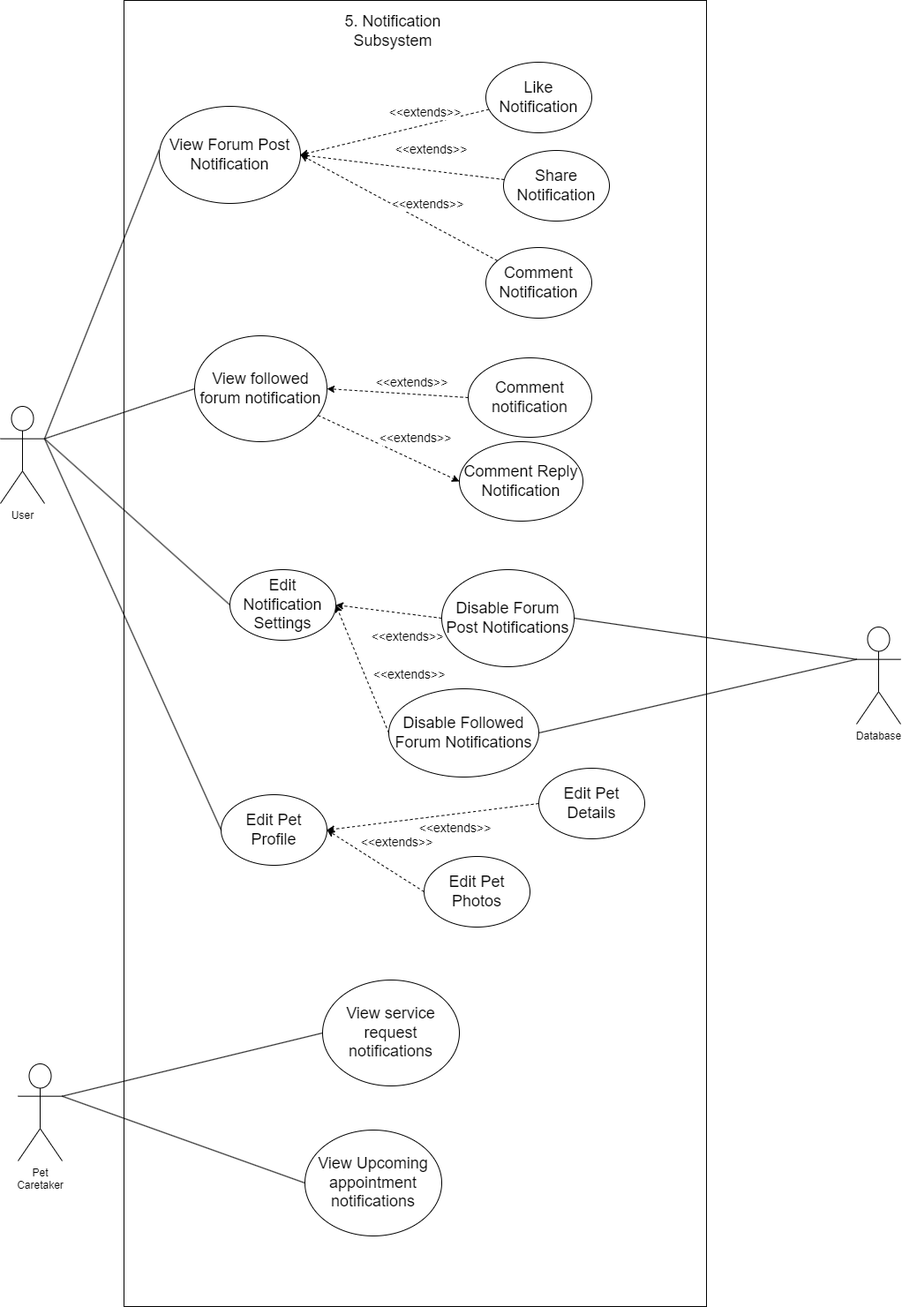
Above: docs/doc_images/Notifications.png in COS301-SE-2024/TailWaggr (draw.io), before the change. Source tidied: cells renumbered, new cells last; positions are measured from the earlier drawing's top-left corner, leaving out a move shared by most shapes.
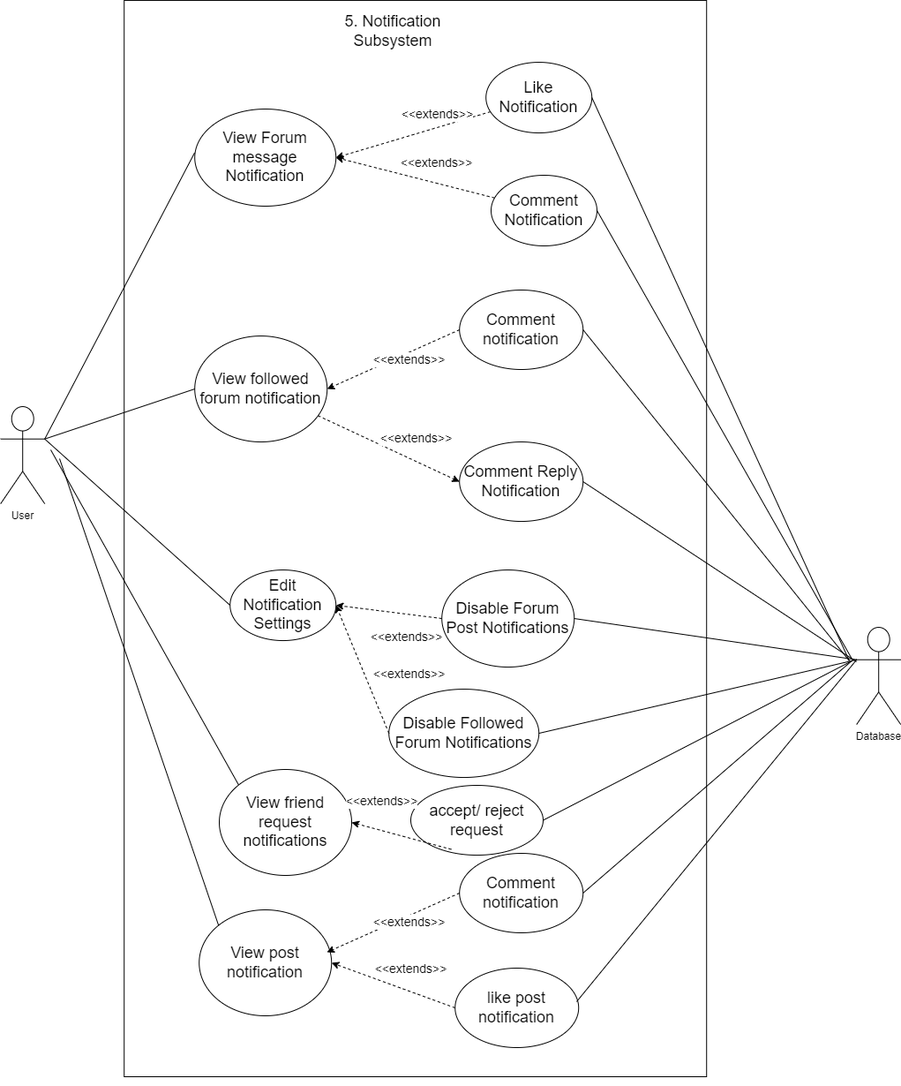
The same file after the commit.

What changed in the source:
```diff
@@ -2,32 +2,29 @@
   <root>
     <mxCell id="0" />
     <mxCell id="1" parent="0" />
-    <mxCell id="2" style="rounded=0;whiteSpace=wrap;html=1;" parent="1" vertex="1">
-      <mxGeometry x="140" width="660" height="1480" as="geometry" />
-    </mxCell>
-    <mxCell id="3" style="edgeStyle=none;html=1;fontSize=12;endArrow=none;endFill=0;entryX=-0.001;entryY=0.45;entryDx=0;entryDy=0;entryPerimeter=0;exitX=1;exitY=0.3333333333333333;exitDx=0;exitDy=0;exitPerimeter=0;" parent="1" edge="1" source="4" target="6">
-      <mxGeometry relative="1" as="geometry" />
-    </mxCell>
+    <mxCell id="48" style="rounded=0;whiteSpace=wrap;html=1;" parent="1" vertex="1">
+      <mxGeometry x="140" width="660" height="1219" as="geometry" />
+    </mxCell>
+    <mxCell id="49" style="edgeStyle=none;html=1;fontSize=12;endArrow=none;endFill=0;entryX=-0.001;entryY=0.45;entryDx=0;entryDy=0;entryPerimeter=0;exitX=1;exitY=0.3333333333333333;exitDx=0;exitDy=0;exitPerimeter=0;" parent="1" edge="1" source="4" target="50">
+      <mxGeometry relative="1" as="geometry" />
+    </mxCell>
     <mxCell id="4" value="User" style="shape=umlActor;verticalLabelPosition=bottom;verticalAlign=top;html=1;outlineConnect=0;" parent="1" vertex="1">
       <mxGeometry y="460" width="50" height="110" as="geometry" />
     </mxCell>
     <mxCell id="5" value="5. Notification Subsystem" style="text;html=1;strokeColor=none;fillColor=none;align=center;verticalAlign=middle;whiteSpace=wrap;rounded=0;fontSize=18;" parent="1" vertex="1">
       <mxGeometry x="350" y="20" width="190" height="30" as="geometry" />
     </mxCell>
-    <mxCell id="6" value="View Forum Post Notification" style="ellipse;whiteSpace=wrap;html=1;fontSize=18;" parent="1" vertex="1">
-      <mxGeometry x="180" y="120" width="160" height="110" as="geometry" />
-    </mxCell>
-    <mxCell id="7" value="Edit Pet Profile" style="ellipse;whiteSpace=wrap;html=1;fontSize=18;" parent="1" vertex="1">
-      <mxGeometry x="250" y="900" width="120" height="80" as="geometry" />
-    </mxCell>
+    <mxCell id="50" value="View Forum message Notification" style="ellipse;whiteSpace=wrap;html=1;fontSize=18;" parent="1" vertex="1">
+      <mxGeometry x="220" y="123" width="160" height="110" as="geometry" />
+    </mxCell>
     <mxCell id="8" style="edgeStyle=none;html=1;entryX=0;entryY=0.5;entryDx=0;entryDy=0;fontSize=14;dashed=1;" parent="1" edge="1" source="10" target="21">
       <mxGeometry relative="1" as="geometry" />
     </mxCell>
-    <mxCell id="9" value="&amp;lt;&amp;lt;extends&amp;gt;&amp;gt;" style="edgeLabel;html=1;align=center;verticalAlign=middle;fontSize=14;" parent="8" vertex="1">
-      <mxGeometry x="0.31" relative="1" as="geometry">
-        <mxPoint x="5" y="-24" as="offset" />
-      </mxGeometry>
-    </mxCell>
+    <mxCell id="51" value="&amp;lt;&amp;lt;extends&amp;gt;&amp;gt;" style="edgeLabel;html=1;align=center;verticalAlign=middle;fontSize=14;" parent="8" vertex="1">
+      <mxGeometry x="0.31" relative="1" as="geometry">
+        <mxPoint x="5" y="-24" as="offset" />
+      </mxGeometry>
+    </mxCell>
     <mxCell id="10" value="View followed forum notification" style="ellipse;whiteSpace=wrap;html=1;fontSize=18;" parent="1" vertex="1">
       <mxGeometry x="220" y="380" width="150" height="120" as="geometry" />
     </mxCell>
@@ -40,76 +37,31 @@
     <mxCell id="13" style="edgeStyle=none;html=1;fontSize=12;endArrow=none;endFill=0;entryX=0;entryY=0.5;entryDx=0;entryDy=0;exitX=1;exitY=0.3333333333333333;exitDx=0;exitDy=0;exitPerimeter=0;" parent="1" edge="1" source="4" target="12">
       <mxGeometry relative="1" as="geometry" />
     </mxCell>
-    <mxCell id="14" value="Pet&lt;br&gt;Caretaker" style="shape=umlActor;verticalLabelPosition=bottom;verticalAlign=top;html=1;outlineConnect=0;" parent="1" vertex="1">
-      <mxGeometry x="20" y="1205" width="50" height="110" as="geometry" />
-    </mxCell>
-    <mxCell id="15" value="View service request notifications" style="ellipse;whiteSpace=wrap;html=1;fontSize=18;" parent="1" vertex="1">
-      <mxGeometry x="365" y="1110" width="155" height="120" as="geometry" />
-    </mxCell>
-    <mxCell id="16" style="edgeStyle=none;html=1;fontSize=12;endArrow=none;endFill=0;entryX=0;entryY=0.5;entryDx=0;entryDy=0;exitX=1;exitY=0.3333333333333333;exitDx=0;exitDy=0;exitPerimeter=0;" parent="1" edge="1" source="14" target="15">
-      <mxGeometry relative="1" as="geometry" />
-    </mxCell>
-    <mxCell id="17" style="edgeStyle=none;html=1;fontSize=12;endArrow=none;endFill=0;entryX=0;entryY=0.5;entryDx=0;entryDy=0;exitX=1;exitY=0.3333333333333333;exitDx=0;exitDy=0;exitPerimeter=0;" parent="1" edge="1" source="4" target="7">
-      <mxGeometry relative="1" as="geometry" />
-    </mxCell>
-    <mxCell id="18" style="edgeStyle=none;html=1;dashed=1;entryX=1;entryY=0.5;entryDx=0;entryDy=0;" parent="1" edge="1" source="20" target="6">
-      <mxGeometry relative="1" as="geometry" />
-    </mxCell>
-    <mxCell id="19" value="&lt;font style=&quot;font-size: 14px;&quot;&gt;&amp;lt;&amp;lt;extends&amp;gt;&amp;gt;&lt;/font&gt;" style="edgeLabel;html=1;align=center;verticalAlign=middle;" parent="18" vertex="1">
-      <mxGeometry x="-0.32" y="-4" relative="1" as="geometry">
-        <mxPoint y="-11" as="offset" />
-      </mxGeometry>
-    </mxCell>
+    <mxCell id="52" style="edgeStyle=none;html=1;dashed=1;entryX=1;entryY=0.5;entryDx=0;entryDy=0;" parent="1" edge="1" source="20" target="50">
+      <mxGeometry relative="1" as="geometry" />
+    </mxCell>
+    <mxCell id="53" value="&lt;font style=&quot;font-size: 14px;&quot;&gt;&amp;lt;&amp;lt;extends&amp;gt;&amp;gt;&lt;/font&gt;" style="edgeLabel;html=1;align=center;verticalAlign=middle;" parent="52" vertex="1">
+      <mxGeometry x="-0.32" y="-4" relative="1" as="geometry">
+        <mxPoint y="-11" as="offset" />
+      </mxGeometry>
+    </mxCell>
     <mxCell id="20" value="Like Notification" style="ellipse;whiteSpace=wrap;html=1;fontSize=18;" parent="1" vertex="1">
       <mxGeometry x="550" y="70" width="120" height="80" as="geometry" />
     </mxCell>
     <mxCell id="21" value="Comment Reply Notification" style="ellipse;whiteSpace=wrap;html=1;fontSize=18;" parent="1" vertex="1">
       <mxGeometry x="520" y="500" width="140" height="90" as="geometry" />
     </mxCell>
-    <mxCell id="22" value="Comment notification" style="ellipse;whiteSpace=wrap;html=1;fontSize=18;" parent="1" vertex="1">
-      <mxGeometry x="530" y="405" width="140" height="90" as="geometry" />
-    </mxCell>
-    <mxCell id="23" style="edgeStyle=none;html=1;entryX=1;entryY=0.5;entryDx=0;entryDy=0;fontSize=14;exitX=0;exitY=0.5;exitDx=0;exitDy=0;dashed=1;" parent="1" edge="1" source="22" target="10">
-      <mxGeometry relative="1" as="geometry" />
-    </mxCell>
-    <mxCell id="24" value="&amp;lt;&amp;lt;extends&amp;gt;&amp;gt;" style="edgeLabel;html=1;align=center;verticalAlign=middle;fontSize=14;" parent="23" vertex="1">
-      <mxGeometry x="0.31" relative="1" as="geometry">
-        <mxPoint x="41" y="-11" as="offset" />
-      </mxGeometry>
-    </mxCell>
-    <mxCell id="25" value="Edit Pet Details" style="ellipse;whiteSpace=wrap;html=1;fontSize=18;" parent="1" vertex="1">
-      <mxGeometry x="610" y="870" width="120" height="80" as="geometry" />
-    </mxCell>
-    <mxCell id="26" value="Edit Pet Photos" style="ellipse;whiteSpace=wrap;html=1;fontSize=18;" parent="1" vertex="1">
-      <mxGeometry x="480" y="970" width="120" height="80" as="geometry" />
-    </mxCell>
-    <mxCell id="27" style="edgeStyle=none;html=1;entryX=1;entryY=0.5;entryDx=0;entryDy=0;fontSize=14;exitX=0;exitY=0.5;exitDx=0;exitDy=0;dashed=1;" parent="1" edge="1" source="26" target="7">
-      <mxGeometry relative="1" as="geometry" />
-    </mxCell>
-    <mxCell id="28" value="&amp;lt;&amp;lt;extends&amp;gt;&amp;gt;" style="edgeLabel;html=1;align=center;verticalAlign=middle;fontSize=14;" parent="27" vertex="1">
-      <mxGeometry x="0.31" relative="1" as="geometry">
-        <mxPoint x="41" y="-11" as="offset" />
-      </mxGeometry>
-    </mxCell>
-    <mxCell id="29" style="edgeStyle=none;html=1;entryX=1;entryY=0.5;entryDx=0;entryDy=0;fontSize=14;exitX=0;exitY=0.5;exitDx=0;exitDy=0;dashed=1;" parent="1" edge="1" source="25" target="7">
-      <mxGeometry relative="1" as="geometry" />
-    </mxCell>
-    <mxCell id="30" value="&amp;lt;&amp;lt;extends&amp;gt;&amp;gt;" style="edgeLabel;html=1;align=center;verticalAlign=middle;fontSize=14;" parent="29" vertex="1">
-      <mxGeometry x="0.31" relative="1" as="geometry">
-        <mxPoint x="62" y="8" as="offset" />
-      </mxGeometry>
-    </mxCell>
-    <mxCell id="31" style="edgeStyle=none;html=1;dashed=1;entryX=1;entryY=0.5;entryDx=0;entryDy=0;" parent="1" edge="1" source="33" target="6">
-      <mxGeometry relative="1" as="geometry" />
-    </mxCell>
-    <mxCell id="32" value="&lt;font style=&quot;font-size: 14px;&quot;&gt;&amp;lt;&amp;lt;extends&amp;gt;&amp;gt;&lt;/font&gt;" style="edgeLabel;html=1;align=center;verticalAlign=middle;" parent="31" vertex="1">
-      <mxGeometry x="-0.32" y="-4" relative="1" as="geometry">
-        <mxPoint x="-6" y="-21" as="offset" />
-      </mxGeometry>
-    </mxCell>
-    <mxCell id="33" value="Share Notification" style="ellipse;whiteSpace=wrap;html=1;fontSize=18;" parent="1" vertex="1">
-      <mxGeometry x="570" y="170" width="120" height="80" as="geometry" />
-    </mxCell>
+    <mxCell id="54" value="Comment notification" style="ellipse;whiteSpace=wrap;html=1;fontSize=18;" parent="1" vertex="1">
+      <mxGeometry x="520" y="328" width="140" height="90" as="geometry" />
+    </mxCell>
+    <mxCell id="55" style="edgeStyle=none;html=1;entryX=1;entryY=0.5;entryDx=0;entryDy=0;fontSize=14;exitX=0;exitY=0.5;exitDx=0;exitDy=0;dashed=1;" parent="1" edge="1" source="54" target="10">
+      <mxGeometry relative="1" as="geometry" />
+    </mxCell>
+    <mxCell id="56" value="&amp;lt;&amp;lt;extends&amp;gt;&amp;gt;" style="edgeLabel;html=1;align=center;verticalAlign=middle;fontSize=14;" parent="55" vertex="1">
+      <mxGeometry x="0.31" relative="1" as="geometry">
+        <mxPoint x="41" y="-11" as="offset" />
+      </mxGeometry>
+    </mxCell>
     <mxCell id="34" value="Database" style="shape=umlActor;verticalLabelPosition=bottom;verticalAlign=top;html=1;outlineConnect=0;" parent="1" vertex="1">
       <mxGeometry x="970" y="710" width="50" height="110" as="geometry" />
     </mxCell>
@@ -119,44 +71,125 @@
     <mxCell id="36" style="edgeStyle=none;html=1;entryX=1;entryY=0.5;entryDx=0;entryDy=0;fontSize=14;exitX=0;exitY=0.5;exitDx=0;exitDy=0;dashed=1;" parent="1" edge="1" source="35" target="12">
       <mxGeometry relative="1" as="geometry" />
     </mxCell>
-    <mxCell id="37" value="&amp;lt;&amp;lt;extends&amp;gt;&amp;gt;" style="edgeLabel;html=1;align=center;verticalAlign=middle;fontSize=14;" parent="36" vertex="1">
-      <mxGeometry x="0.31" relative="1" as="geometry">
-        <mxPoint x="38" y="30" as="offset" />
-      </mxGeometry>
-    </mxCell>
+    <mxCell id="57" value="&amp;lt;&amp;lt;extends&amp;gt;&amp;gt;" style="edgeLabel;html=1;align=center;verticalAlign=middle;fontSize=14;" parent="36" vertex="1">
+      <mxGeometry x="0.31" relative="1" as="geometry">
+        <mxPoint x="38" y="30" as="offset" />
+      </mxGeometry>
+    </mxCell>
     <mxCell id="38" value="Disable Followed Forum Notifications" style="ellipse;whiteSpace=wrap;html=1;fontSize=18;" parent="1" vertex="1">
       <mxGeometry x="440" y="780" width="170" height="100" as="geometry" />
     </mxCell>
     <mxCell id="39" style="edgeStyle=none;html=1;fontSize=14;exitX=0;exitY=0.5;exitDx=0;exitDy=0;dashed=1;entryX=1;entryY=0.5;entryDx=0;entryDy=0;" parent="1" edge="1" source="38" target="12">
       <mxGeometry relative="1" as="geometry" />
     </mxCell>
-    <mxCell id="40" value="&amp;lt;&amp;lt;extends&amp;gt;&amp;gt;" style="edgeLabel;html=1;align=center;verticalAlign=middle;fontSize=14;" parent="39" vertex="1">
-      <mxGeometry x="0.31" relative="1" as="geometry">
-        <mxPoint x="62" y="28" as="offset" />
-      </mxGeometry>
-    </mxCell>
+    <mxCell id="58" value="&amp;lt;&amp;lt;extends&amp;gt;&amp;gt;" style="edgeLabel;html=1;align=center;verticalAlign=middle;fontSize=14;" parent="39" vertex="1">
+      <mxGeometry x="0.31" relative="1" as="geometry">
+        <mxPoint x="62" y="28" as="offset" />
+      </mxGeometry>
+    </mxCell>
     <mxCell id="41" style="edgeStyle=none;html=1;fontSize=12;endArrow=none;endFill=0;entryX=0;entryY=0.3333333333333333;entryDx=0;entryDy=0;exitX=1;exitY=0.5;exitDx=0;exitDy=0;entryPerimeter=0;" parent="1" edge="1" source="35" target="34">
       <mxGeometry relative="1" as="geometry" />
     </mxCell>
     <mxCell id="42" style="edgeStyle=none;html=1;fontSize=12;endArrow=none;endFill=0;entryX=0;entryY=0.3333333333333333;entryDx=0;entryDy=0;exitX=1;exitY=0.5;exitDx=0;exitDy=0;entryPerimeter=0;" parent="1" edge="1" source="38" target="34">
       <mxGeometry relative="1" as="geometry" />
     </mxCell>
-    <mxCell id="43" style="edgeStyle=none;html=1;dashed=1;entryX=1;entryY=0.5;entryDx=0;entryDy=0;" parent="1" edge="1" source="45" target="6">
-      <mxGeometry relative="1" as="geometry" />
-    </mxCell>
-    <mxCell id="44" value="&lt;font style=&quot;font-size: 14px;&quot;&gt;&amp;lt;&amp;lt;extends&amp;gt;&amp;gt;&lt;/font&gt;" style="edgeLabel;html=1;align=center;verticalAlign=middle;" parent="43" vertex="1">
-      <mxGeometry x="-0.32" y="-4" relative="1" as="geometry">
-        <mxPoint x="-6" y="-21" as="offset" />
-      </mxGeometry>
-    </mxCell>
+    <mxCell id="59" style="edgeStyle=none;html=1;dashed=1;entryX=1;entryY=0.5;entryDx=0;entryDy=0;" parent="1" edge="1" source="45" target="50">
+      <mxGeometry relative="1" as="geometry" />
+    </mxCell>
+    <mxCell id="60" value="&lt;font style=&quot;font-size: 14px;&quot;&gt;&amp;lt;&amp;lt;extends&amp;gt;&amp;gt;&lt;/font&gt;" style="edgeLabel;html=1;align=center;verticalAlign=middle;" parent="59" vertex="1">
+      <mxGeometry x="-0.32" y="-4" relative="1" as="geometry">
+        <mxPoint x="-6" y="-21" as="offset" />
+      </mxGeometry>
+    </mxCell>
     <mxCell id="45" value="Comment Notification" style="ellipse;whiteSpace=wrap;html=1;fontSize=18;" parent="1" vertex="1">
-      <mxGeometry x="550" y="280" width="120" height="80" as="geometry" />
+      <mxGeometry x="555.8" y="198" width="120" height="80" as="geometry" />
     </mxCell>
-    <mxCell id="46" value="View Upcoming appointment notifications" style="ellipse;whiteSpace=wrap;html=1;fontSize=18;" parent="1" vertex="1">
-      <mxGeometry x="345" y="1280" width="155" height="120" as="geometry" />
-    </mxCell>
-    <mxCell id="47" style="edgeStyle=none;html=1;fontSize=12;endArrow=none;endFill=0;entryX=0;entryY=0.5;entryDx=0;entryDy=0;exitX=1;exitY=0.3333333333333333;exitDx=0;exitDy=0;exitPerimeter=0;" parent="1" edge="1" source="14" target="46">
-      <mxGeometry relative="1" as="geometry" />
-    </mxCell>
+    <mxCell id="61" style="edgeStyle=none;curved=1;rounded=0;orthogonalLoop=1;jettySize=auto;html=1;exitX=0.5;exitY=1;exitDx=0;exitDy=0;fontSize=12;startSize=8;endSize=8;" parent="1" edge="1" source="48" target="48">
+      <mxGeometry relative="1" as="geometry" />
+    </mxCell>
+    <mxCell id="62" value="View friend request notifications" style="ellipse;whiteSpace=wrap;html=1;fontSize=18;" parent="1" vertex="1">
+      <mxGeometry x="247.8" y="871" width="150" height="120" as="geometry" />
+    </mxCell>
+    <mxCell id="63" value="View post notification" style="ellipse;whiteSpace=wrap;html=1;fontSize=18;" parent="1" vertex="1">
+      <mxGeometry x="225" y="1030" width="150" height="120" as="geometry" />
+    </mxCell>
+    <mxCell id="64" style="edgeStyle=none;html=1;fontSize=12;endArrow=none;endFill=0;entryX=0;entryY=0;entryDx=0;entryDy=0;" parent="1" edge="1" target="62">
+      <mxGeometry relative="1" as="geometry">
+        <mxPoint x="56.8" y="509" as="sourcePoint" />
+      </mxGeometry>
+    </mxCell>
+    <mxCell id="65" style="edgeStyle=none;html=1;fontSize=12;endArrow=none;endFill=0;entryX=0;entryY=0;entryDx=0;entryDy=0;" parent="1" edge="1" target="63">
+      <mxGeometry relative="1" as="geometry">
+        <mxPoint x="66.8" y="519" as="sourcePoint" />
+      </mxGeometry>
+    </mxCell>
+    <mxCell id="66" value="Comment notification" style="ellipse;whiteSpace=wrap;html=1;fontSize=18;" parent="1" vertex="1">
+      <mxGeometry x="520" y="966" width="140" height="90" as="geometry" />
+    </mxCell>
+    <mxCell id="67" style="edgeStyle=none;html=1;entryX=1;entryY=0.5;entryDx=0;entryDy=0;fontSize=14;exitX=0;exitY=0.5;exitDx=0;exitDy=0;dashed=1;" parent="1" edge="1" source="66">
+      <mxGeometry relative="1" as="geometry">
+        <mxPoint x="369.8" y="1078" as="targetPoint" />
+      </mxGeometry>
+    </mxCell>
+    <mxCell id="68" value="&amp;lt;&amp;lt;extends&amp;gt;&amp;gt;" style="edgeLabel;html=1;align=center;verticalAlign=middle;fontSize=14;" parent="67" vertex="1">
+      <mxGeometry x="0.31" relative="1" as="geometry">
+        <mxPoint x="41" y="-11" as="offset" />
+      </mxGeometry>
+    </mxCell>
+    <mxCell id="69" value="like post notification" style="ellipse;whiteSpace=wrap;html=1;fontSize=18;" parent="1" vertex="1">
+      <mxGeometry x="515" y="1096" width="140" height="90" as="geometry" />
+    </mxCell>
+    <mxCell id="70" style="edgeStyle=none;html=1;entryX=1;entryY=0.5;entryDx=0;entryDy=0;fontSize=14;exitX=0;exitY=0.5;exitDx=0;exitDy=0;dashed=1;" parent="1" edge="1" source="69" target="63">
+      <mxGeometry relative="1" as="geometry" />
+    </mxCell>
+    <mxCell id="71" value="&amp;lt;&amp;lt;extends&amp;gt;&amp;gt;" style="edgeLabel;html=1;align=center;verticalAlign=middle;fontSize=14;" parent="70" vertex="1">
+      <mxGeometry x="0.31" relative="1" as="geometry">
+        <mxPoint x="41" y="-11" as="offset" />
+      </mxGeometry>
+    </mxCell>
+    <mxCell id="72" style="edgeStyle=none;html=1;fontSize=12;endArrow=none;endFill=0;exitX=1;exitY=0.5;exitDx=0;exitDy=0;" parent="1" edge="1" source="66">
+      <mxGeometry relative="1" as="geometry">
+        <mxPoint x="966.8" y="746" as="targetPoint" />
+      </mxGeometry>
+    </mxCell>
+    <mxCell id="73" style="edgeStyle=none;html=1;fontSize=12;endArrow=none;endFill=0;entryX=0;entryY=0.3333333333333333;entryDx=0;entryDy=0;exitX=0.984;exitY=0.422;exitDx=0;exitDy=0;entryPerimeter=0;exitPerimeter=0;" parent="1" edge="1" source="69" target="34">
+      <mxGeometry relative="1" as="geometry" />
+    </mxCell>
+    <mxCell id="74" style="edgeStyle=none;html=1;fontSize=12;endArrow=none;endFill=0;exitX=1;exitY=0.5;exitDx=0;exitDy=0;" parent="1" edge="1" source="54">
+      <mxGeometry relative="1" as="geometry">
+        <mxPoint x="961.8" y="748" as="targetPoint" />
+      </mxGeometry>
+    </mxCell>
+    <mxCell id="75" style="edgeStyle=none;html=1;fontSize=12;endArrow=none;endFill=0;exitX=1;exitY=0.5;exitDx=0;exitDy=0;" parent="1" edge="1" source="21">
+      <mxGeometry relative="1" as="geometry">
+        <mxPoint x="969.8" y="749" as="targetPoint" />
+      </mxGeometry>
+    </mxCell>
+    <mxCell id="76" style="edgeStyle=none;html=1;fontSize=12;endArrow=none;endFill=0;exitX=1;exitY=0.5;exitDx=0;exitDy=0;" parent="1" edge="1" source="20">
+      <mxGeometry relative="1" as="geometry">
+        <mxPoint x="961.8" y="748" as="targetPoint" />
+      </mxGeometry>
+    </mxCell>
+    <mxCell id="77" style="edgeStyle=none;html=1;fontSize=12;endArrow=none;endFill=0;exitX=1;exitY=0.5;exitDx=0;exitDy=0;" parent="1" edge="1" source="45">
+      <mxGeometry relative="1" as="geometry">
+        <mxPoint x="964.8" y="746" as="targetPoint" />
+      </mxGeometry>
+    </mxCell>
+    <mxCell id="78" value="accept/ reject request" style="ellipse;whiteSpace=wrap;html=1;fontSize=18;" parent="1" vertex="1">
+      <mxGeometry x="464.8" y="889" width="150" height="79" as="geometry" />
+    </mxCell>
+    <mxCell id="79" style="edgeStyle=none;html=1;fontSize=12;endArrow=none;endFill=0;exitX=1;exitY=0.5;exitDx=0;exitDy=0;" parent="1" edge="1" source="78">
+      <mxGeometry relative="1" as="geometry">
+        <mxPoint x="964.8" y="748" as="targetPoint" />
+      </mxGeometry>
+    </mxCell>
+    <mxCell id="80" style="edgeStyle=none;html=1;entryX=1;entryY=0.5;entryDx=0;entryDy=0;fontSize=14;exitX=0.306;exitY=0.917;exitDx=0;exitDy=0;dashed=1;exitPerimeter=0;" parent="1" edge="1" source="78" target="62">
+      <mxGeometry relative="1" as="geometry" />
+    </mxCell>
+    <mxCell id="81" value="&amp;lt;&amp;lt;extends&amp;gt;&amp;gt;" style="edgeLabel;html=1;align=center;verticalAlign=middle;fontSize=14;" parent="80" vertex="1">
+      <mxGeometry x="0.31" relative="1" as="geometry">
+        <mxPoint x="-5" y="-35" as="offset" />
+      </mxGeometry>
+    </mxCell>
   </root>
 </mxGraphModel>
```
